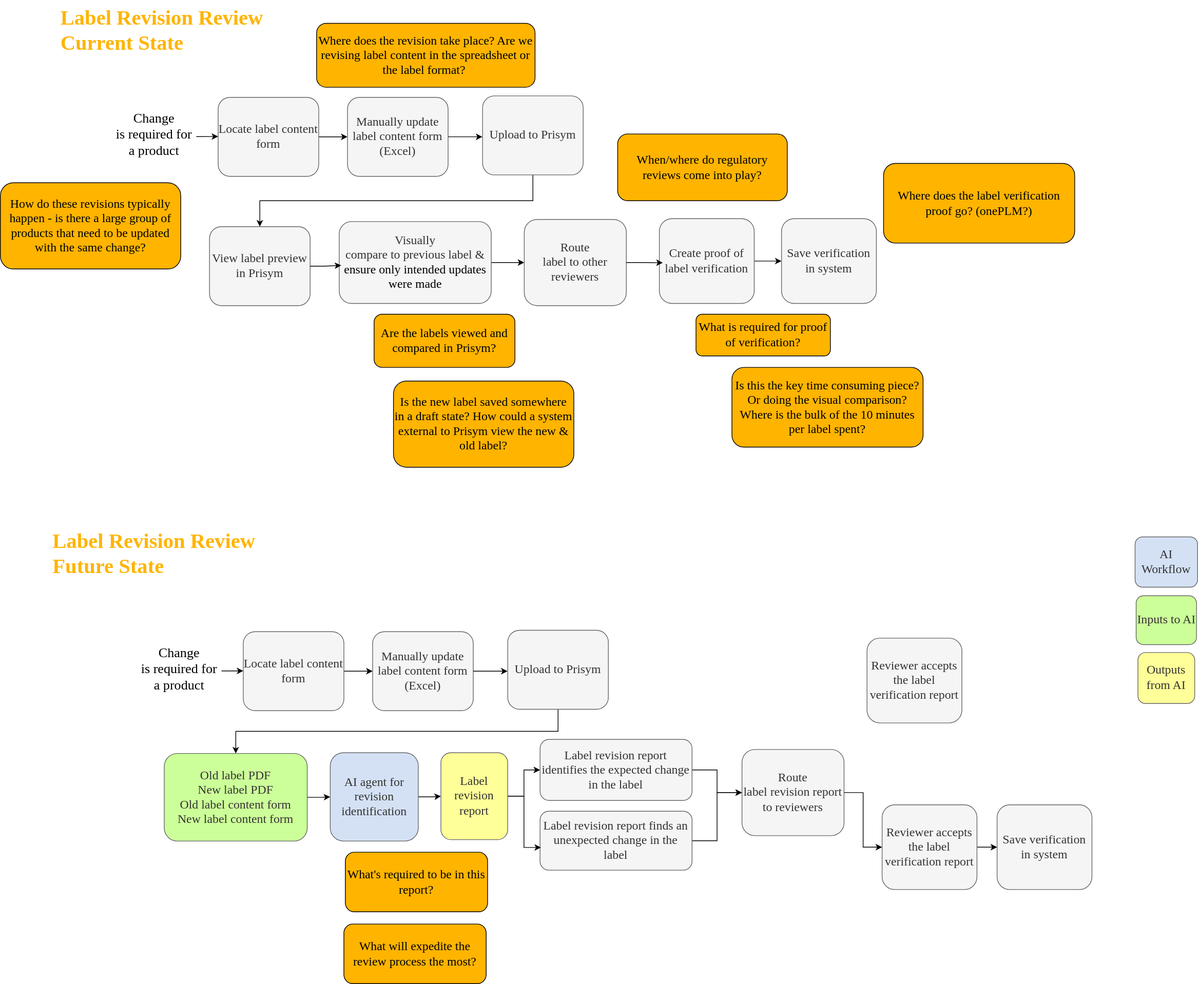
This is raw/Ortho Labeling Workflows.drawio.svg from keewonhong-slalom/StrykerFDE-Ortho, a draw.io export, as it was before one commit. Source tidied: cells renumbered, new cells last; positions are measured from the earlier drawing's top-left corner, leaving out a move shared by most shapes.
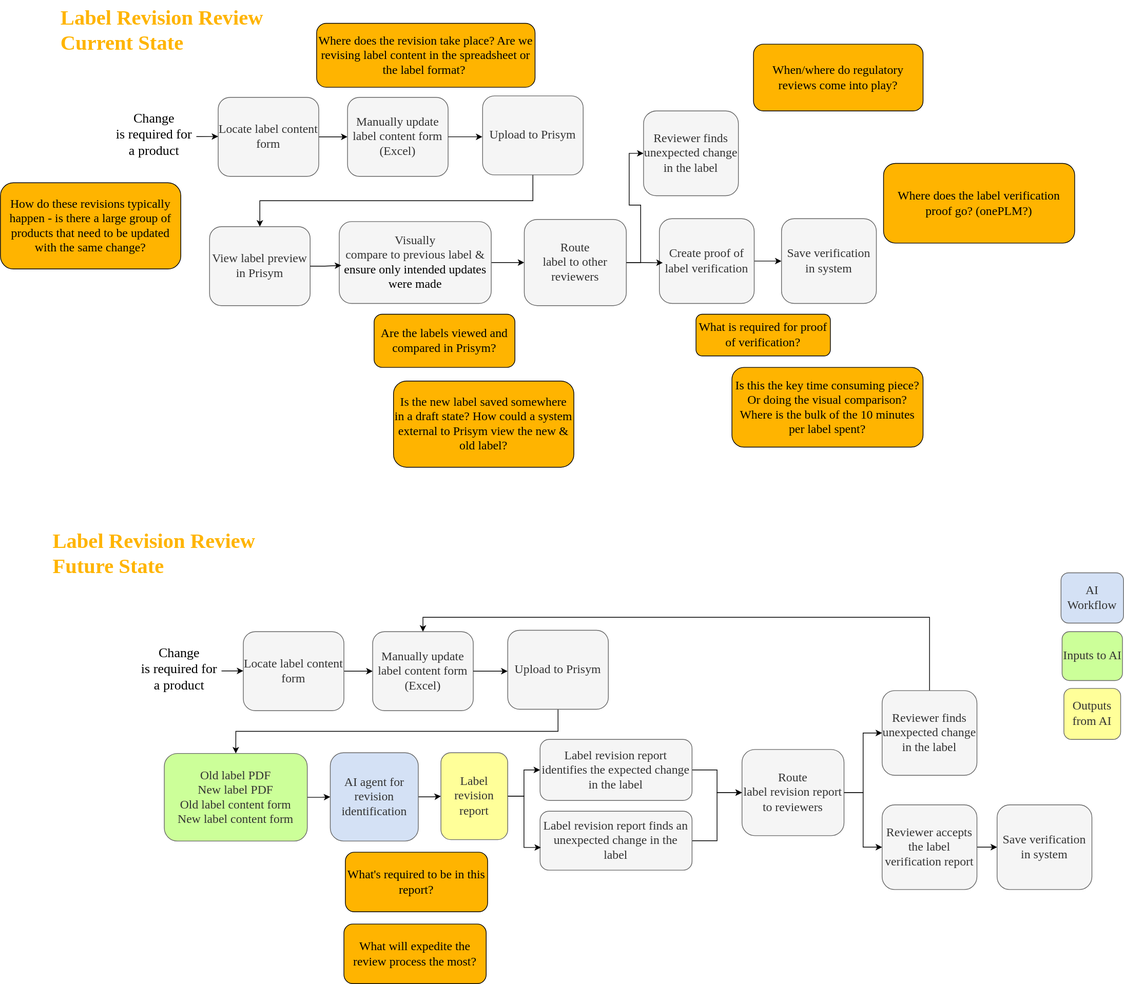
After the commit.

Commit message:
vault backup: 2026-04-28 16:08:52

Affected files:
raw/Ortho Labeling Workflows.drawio.svg

The edit, as a diff of the source:
```diff
@@ -29,6 +29,9 @@
     <mxCell id="10" value="&lt;p style=&quot;margin-top: 0pt; margin-bottom: 0pt; direction: ltr; unicode-bidi: embed; vertical-align: baseline;&quot;&gt;&lt;font&gt;&lt;span style=&quot;font-family: Cambria;&quot;&gt;Visually&lt;br&gt;compare to previous label &amp;amp; &lt;/span&gt;&lt;span style=&quot;font-family: Cambria; color: black;&quot;&gt;ensure only intended updates were made&lt;/span&gt;&lt;/font&gt;&lt;/p&gt;" style="rounded=1;whiteSpace=wrap;html=1;fillColor=#f5f5f5;fontColor=#333333;strokeColor=#666666;fontFamily=cambria;fontSize=17;" parent="1" vertex="1">
       <mxGeometry x="471.5" y="308" width="211.5" height="114" as="geometry" />
     </mxCell>
+    <mxCell id="59" style="edgeStyle=orthogonalEdgeStyle;rounded=0;jettySize=auto;html=1;entryX=0;entryY=0.5;entryDx=0;entryDy=0;" parent="1" edge="1" source="11" target="63">
+      <mxGeometry relative="1" as="geometry" />
+    </mxCell>
     <mxCell id="11" value="&lt;p style=&quot;margin-top: 0pt; margin-bottom: 0pt; direction: ltr; unicode-bidi: embed; vertical-align: baseline;&quot;&gt;&lt;span style=&quot;font-family: Cambria;&quot;&gt;&lt;font&gt;Route&lt;br&gt;label to other reviewers&lt;/font&gt;&lt;/span&gt;&lt;/p&gt;" style="rounded=1;whiteSpace=wrap;html=1;fillColor=#f5f5f5;fontColor=#333333;strokeColor=#666666;fontFamily=cambria;fontSize=17;" parent="1" vertex="1">
       <mxGeometry x="729" y="305" width="142" height="120" as="geometry" />
     </mxCell>
@@ -72,7 +75,7 @@
       <mxGeometry x="71" y="729" width="319" height="39" as="geometry" />
     </mxCell>
     <mxCell id="25" value="When/where do regulatory reviews come into play?" style="rounded=1;whiteSpace=wrap;html=1;labelBorderColor=none;labelBackgroundColor=none;fillColor=light-dark(#FFB400,#FFB400);gradientColor=none;fillStyle=solid;fontFamily=cambria;fontSize=17;" parent="1" vertex="1">
-      <mxGeometry x="859" y="186" width="236" height="93" as="geometry" />
+      <mxGeometry x="1048" y="61" width="236" height="93" as="geometry" />
     </mxCell>
     <mxCell id="26" style="edgeStyle=orthogonalEdgeStyle;rounded=0;jettySize=auto;html=1;" parent="1" edge="1" source="27" target="29">
       <mxGeometry relative="1" as="geometry" />
@@ -92,6 +95,9 @@
     <mxCell id="31" value="Upload to Prisym" style="rounded=1;whiteSpace=wrap;html=1;fillColor=#f5f5f5;fontColor=#333333;strokeColor=#666666;fontFamily=cambria;fontSize=17;" parent="1" vertex="1">
       <mxGeometry x="706" y="877" width="140" height="110" as="geometry" />
     </mxCell>
+    <mxCell id="60" style="edgeStyle=orthogonalEdgeStyle;rounded=0;jettySize=auto;html=1;entryX=0;entryY=0.5;entryDx=0;entryDy=0;" parent="1" edge="1" source="32" target="62">
+      <mxGeometry relative="1" as="geometry" />
+    </mxCell>
     <mxCell id="32" value="&lt;p style=&quot;margin-top: 0pt; margin-bottom: 0pt; direction: ltr; unicode-bidi: embed; vertical-align: baseline;&quot;&gt;&lt;span style=&quot;font-family: Cambria;&quot;&gt;&lt;font&gt;Route&lt;br&gt;label revision report to reviewers&lt;/font&gt;&lt;/span&gt;&lt;/p&gt;" style="rounded=1;whiteSpace=wrap;html=1;fillColor=#f5f5f5;fontColor=#333333;strokeColor=#666666;fontFamily=cambria;fontSize=17;" parent="1" vertex="1">
       <mxGeometry x="1032" y="1043" width="142" height="120" as="geometry" />
     </mxCell>
@@ -108,7 +114,7 @@
       <mxGeometry x="1018" y="511" width="266" height="111" as="geometry" />
     </mxCell>
     <mxCell id="37" value="AI Workflow" style="rounded=1;whiteSpace=wrap;html=1;fillColor=#D4E1F5;fontColor=#333333;strokeColor=#666666;fontFamily=cambria;fontSize=17;" parent="1" vertex="1">
-      <mxGeometry x="1579" y="747" width="87" height="70" as="geometry" />
+      <mxGeometry x="1476" y="797" width="87" height="70" as="geometry" />
     </mxCell>
     <mxCell id="38" style="edgeStyle=orthogonalEdgeStyle;rounded=0;jettySize=auto;html=1;entryX=0;entryY=0.5;entryDx=0;entryDy=0;" parent="1" edge="1" source="39" target="43">
       <mxGeometry relative="1" as="geometry" />
@@ -117,10 +123,10 @@
       <mxGeometry x="228" y="1048.5" width="199" height="122" as="geometry" />
     </mxCell>
     <mxCell id="40" value="Outputs from AI" style="rounded=1;whiteSpace=wrap;html=1;fillColor=#FFFF99;fontColor=#333333;strokeColor=#666666;fontFamily=cambria;fontSize=17;" parent="1" vertex="1">
-      <mxGeometry x="1583" y="908" width="79" height="71" as="geometry" />
+      <mxGeometry x="1480" y="958" width="79" height="71" as="geometry" />
     </mxCell>
     <mxCell id="41" value="Inputs to AI" style="rounded=1;whiteSpace=wrap;html=1;fillColor=#CCFF99;fontColor=#333333;strokeColor=#666666;fontFamily=cambria;fontSize=17;" parent="1" vertex="1">
-      <mxGeometry x="1580.5" y="829" width="84" height="68" as="geometry" />
+      <mxGeometry x="1477.5" y="879" width="84" height="68" as="geometry" />
     </mxCell>
     <mxCell id="42" style="edgeStyle=orthogonalEdgeStyle;rounded=0;jettySize=auto;html=1;entryX=0;entryY=0.5;entryDx=0;entryDy=0;" parent="1" edge="1" source="43" target="45">
       <mxGeometry relative="1" as="geometry" />
@@ -170,8 +176,14 @@
     <mxCell id="57" value="&lt;p style=&quot;margin-top: 0pt; margin-bottom: 0pt; direction: ltr; unicode-bidi: embed; vertical-align: baseline;&quot;&gt;&lt;font face=&quot;Cambria&quot;&gt;Save verification in system&lt;/font&gt;&lt;/p&gt;" style="rounded=1;whiteSpace=wrap;html=1;fillColor=#f5f5f5;fontColor=#333333;strokeColor=#666666;fontFamily=cambria;fontSize=17;" parent="1" vertex="1">
       <mxGeometry x="1387" y="1120" width="132" height="118" as="geometry" />
     </mxCell>
-    <mxCell id="58" value="&lt;p style=&quot;margin-top: 0pt; margin-bottom: 0pt; direction: ltr; unicode-bidi: embed; vertical-align: baseline;&quot;&gt;&lt;font face=&quot;Cambria&quot;&gt;Reviewer accepts the label verification report&lt;/font&gt;&lt;/p&gt;" style="rounded=1;whiteSpace=wrap;html=1;fillColor=#f5f5f5;fontColor=#333333;strokeColor=#666666;fontFamily=cambria;fontSize=17;" parent="1" vertex="1">
-      <mxGeometry x="1206" y="888" width="132" height="118" as="geometry" />
-    </mxCell>
+    <mxCell id="61" style="edgeStyle=orthogonalEdgeStyle;rounded=0;jettySize=auto;html=1;entryX=0.5;entryY=0;entryDx=0;entryDy=0;exitX=0.5;exitY=0;exitDx=0;exitDy=0;" parent="1" edge="1" source="62" target="29">
+      <mxGeometry relative="1" as="geometry" />
+    </mxCell>
+    <mxCell id="62" value="&lt;p style=&quot;margin-top: 0pt; margin-bottom: 0pt; direction: ltr; unicode-bidi: embed; vertical-align: baseline;&quot;&gt;&lt;font face=&quot;Cambria&quot;&gt;Reviewer finds unexpected change in the label&lt;/font&gt;&lt;/p&gt;" style="rounded=1;whiteSpace=wrap;html=1;fillColor=#f5f5f5;fontColor=#333333;strokeColor=#666666;fontFamily=cambria;fontSize=17;" parent="1" vertex="1">
+      <mxGeometry x="1227" y="961" width="132" height="118" as="geometry" />
+    </mxCell>
+    <mxCell id="63" value="&lt;p style=&quot;margin-top: 0pt; margin-bottom: 0pt; direction: ltr; unicode-bidi: embed; vertical-align: baseline;&quot;&gt;&lt;font face=&quot;Cambria&quot;&gt;Reviewer finds unexpected change in the label&lt;/font&gt;&lt;/p&gt;" style="rounded=1;whiteSpace=wrap;html=1;fillColor=#f5f5f5;fontColor=#333333;strokeColor=#666666;fontFamily=cambria;fontSize=17;" parent="1" vertex="1">
+      <mxGeometry x="895" y="154" width="132" height="118" as="geometry" />
+    </mxCell>
   </root>
 </mxGraphModel>
```
